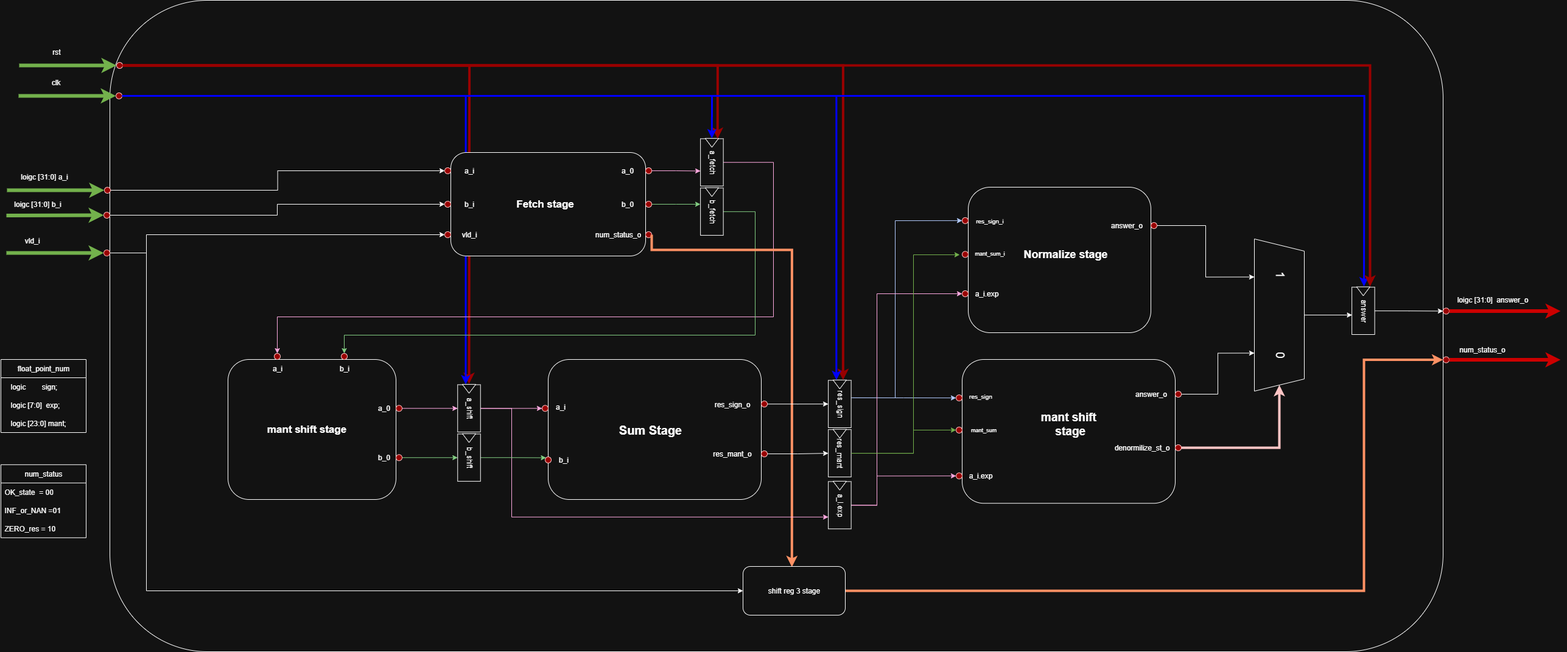
Above: 09_basic_arithmetic/pic/fp_sum/pipiline_fpu_summator.drawio.png in Gandoler/rtl (draw.io), before the change. Source tidied: cells renumbered, new cells last; positions are measured from the earlier drawing's top-left corner, leaving out a move shared by most shapes.
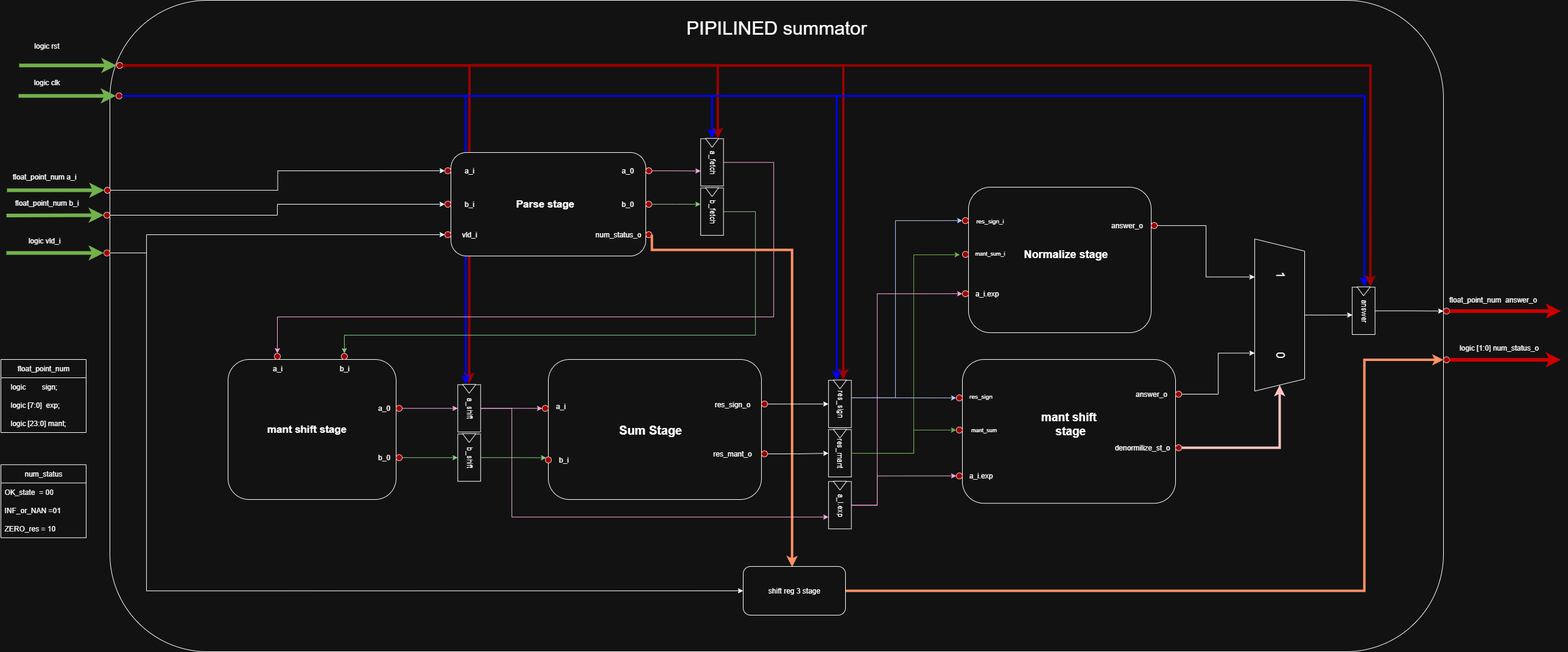
Later version of the same file.

Diff of the diagram source:
```diff
@@ -49,24 +49,24 @@
         <mxPoint x="10" y="312" as="sourcePoint" />
       </mxGeometry>
     </mxCell>
-    <mxCell id="13" value="loigc [31:0]&amp;nbsp;a_i" style="text;html=1;align=center;verticalAlign=middle;strokeColor=none;fillColor=none;" parent="1" vertex="1">
-      <mxGeometry x="21" y="275" width="100" height="30" as="geometry" />
+    <mxCell id="13" value="&lt;span style=&quot;text-wrap-mode: wrap;&quot;&gt;float_point_num&lt;/span&gt;&amp;nbsp;a_i" style="text;html=1;align=center;verticalAlign=middle;strokeColor=none;fillColor=none;" parent="1" vertex="1">
+      <mxGeometry x="6" y="275" width="130" height="30" as="geometry" />
     </mxCell>
     <mxCell id="14" style="endArrow=classic;html=1;rounded=0;entryX=0;entryY=0.5;entryDx=0;entryDy=0;fillColor=#60a917;strokeColor=#2D7600;strokeWidth=6;" parent="1" edge="1" target="9">
       <mxGeometry relative="1" as="geometry">
         <mxPoint x="9" y="415" as="sourcePoint" />
       </mxGeometry>
     </mxCell>
-    <mxCell id="15" value="vld_i" style="text;html=1;align=center;verticalAlign=middle;strokeColor=none;fillColor=none;" parent="1" vertex="1">
-      <mxGeometry x="26" y="380" width="50" height="30" as="geometry" />
+    <mxCell id="15" value="logic&amp;nbsp;vld_i" style="text;html=1;align=center;verticalAlign=middle;strokeColor=none;fillColor=none;" parent="1" vertex="1">
+      <mxGeometry x="31" y="380" width="80" height="30" as="geometry" />
     </mxCell>
     <mxCell id="16" style="endArrow=classic;html=1;rounded=0;entryX=0;entryY=0.5;entryDx=0;entryDy=0;fillColor=#60a917;strokeColor=#2D7600;strokeWidth=6;" parent="1" edge="1" target="11">
       <mxGeometry relative="1" as="geometry">
         <mxPoint x="9" y="353.5" as="sourcePoint" />
       </mxGeometry>
     </mxCell>
-    <mxCell id="17" value="loigc [31:0] b_i" style="text;html=1;align=center;verticalAlign=middle;strokeColor=none;fillColor=none;" parent="1" vertex="1">
-      <mxGeometry x="10" y="320" width="100" height="30" as="geometry" />
+    <mxCell id="17" value="&lt;span style=&quot;text-wrap-mode: wrap;&quot;&gt;float_point_num&lt;/span&gt;&amp;nbsp;b_i" style="text;html=1;align=center;verticalAlign=middle;strokeColor=none;fillColor=none;" parent="1" vertex="1">
+      <mxGeometry x="10" y="318" width="130" height="30" as="geometry" />
     </mxCell>
     <mxCell id="18" style="rounded=1;whiteSpace=wrap;html=1;" parent="1" vertex="1">
       <mxGeometry x="739" y="250" width="320" height="170" as="geometry" />
@@ -94,7 +94,7 @@
     <mxCell id="25" style="ellipse;whiteSpace=wrap;html=1;fillColor=light-dark(#A20025,#990000);strokeColor=#6F0000;fontColor=#ffffff;" parent="1" vertex="1">
       <mxGeometry x="1059" y="380" width="10" height="10" as="geometry" />
     </mxCell>
-    <mxCell id="26" value="&lt;b&gt;&lt;font style=&quot;font-size: 17px;&quot;&gt;Fetch stage&lt;/font&gt;&lt;/b&gt;" style="text;html=1;align=center;verticalAlign=middle;whiteSpace=wrap;rounded=0;" parent="1" vertex="1">
+    <mxCell id="26" value="&lt;b&gt;&lt;font style=&quot;font-size: 17px;&quot;&gt;Parse stage&lt;/font&gt;&lt;/b&gt;" style="text;html=1;align=center;verticalAlign=middle;whiteSpace=wrap;rounded=0;" parent="1" vertex="1">
       <mxGeometry x="824" y="320" width="140" height="30" as="geometry" />
     </mxCell>
     <mxCell id="27" value="a_i" style="text;html=1;align=center;verticalAlign=middle;strokeColor=none;fillColor=none;" parent="1" vertex="1">
@@ -179,8 +179,8 @@
         <mxPoint x="30" y="107" as="sourcePoint" />
       </mxGeometry>
     </mxCell>
-    <mxCell id="48" value="rst" style="text;html=1;align=center;verticalAlign=middle;strokeColor=none;fillColor=none;" parent="1" vertex="1">
-      <mxGeometry x="71" y="70" width="40" height="30" as="geometry" />
+    <mxCell id="48" value="logic rst" style="text;html=1;align=center;verticalAlign=middle;strokeColor=none;fillColor=none;" parent="1" vertex="1">
+      <mxGeometry x="45" y="60" width="60" height="30" as="geometry" />
     </mxCell>
     <mxCell id="49" style="edgeStyle=orthogonalEdgeStyle;rounded=0;jettySize=auto;html=1;entryX=0;entryY=0.5;entryDx=0;entryDy=0;strokeColor=light-dark(#000000,#0000FF);strokeWidth=3;" parent="1" edge="1" source="50" target="39">
       <mxGeometry relative="1" as="geometry" />
@@ -193,8 +193,8 @@
         <mxPoint x="29" y="157" as="sourcePoint" />
       </mxGeometry>
     </mxCell>
-    <mxCell id="52" value="clk" style="text;html=1;align=center;verticalAlign=middle;strokeColor=none;fillColor=none;" parent="1" vertex="1">
-      <mxGeometry x="70" y="120" width="40" height="30" as="geometry" />
+    <mxCell id="52" value="logic&amp;nbsp;clk" style="text;html=1;align=center;verticalAlign=middle;strokeColor=none;fillColor=none;" parent="1" vertex="1">
+      <mxGeometry x="40" y="120" width="70" height="30" as="geometry" />
     </mxCell>
     <mxCell id="53" style="rounded=1;whiteSpace=wrap;html=1;" parent="1" vertex="1">
       <mxGeometry x="373" y="590" width="276" height="230" as="geometry" />
@@ -500,11 +500,11 @@
         <mxPoint x="2562" y="590.5" as="targetPoint" />
       </mxGeometry>
     </mxCell>
-    <mxCell id="136" value="&lt;span style=&quot;text-wrap-mode: wrap;&quot;&gt;num_status_o&lt;/span&gt;" style="text;html=1;align=center;verticalAlign=middle;strokeColor=none;fillColor=none;" parent="1" vertex="1">
-      <mxGeometry x="2383" y="558.5" width="100" height="30" as="geometry" />
+    <mxCell id="136" value="logic [1:0]&amp;nbsp;&lt;span style=&quot;text-wrap-mode: wrap;&quot;&gt;num_status_o&lt;/span&gt;" style="text;html=1;align=center;verticalAlign=middle;strokeColor=none;fillColor=none;" parent="1" vertex="1">
+      <mxGeometry x="2385" y="555.5" width="150" height="30" as="geometry" />
     </mxCell>
-    <mxCell id="137" value="loigc [31:0]&amp;nbsp; answer_o" style="text;html=1;align=center;verticalAlign=middle;strokeColor=none;fillColor=none;" parent="1" vertex="1">
-      <mxGeometry x="2380" y="477" width="140" height="30" as="geometry" />
+    <mxCell id="137" value="&lt;span style=&quot;text-wrap-mode: wrap;&quot;&gt;float_point_num&lt;/span&gt;&amp;nbsp; answer_o" style="text;html=1;align=center;verticalAlign=middle;strokeColor=none;fillColor=none;" parent="1" vertex="1">
+      <mxGeometry x="2365" y="477" width="170" height="30" as="geometry" />
     </mxCell>
     <mxCell id="138" value="num_status" style="swimlane;fontStyle=0;horizontal=1;startSize=30;whiteSpace=wrap;html=1;" parent="1" vertex="1">
       <mxGeometry y="762.8" width="140" height="120" as="geometry" />
@@ -518,5 +518,8 @@
     <mxCell id="141" value="ZERO_res = 10" style="text;strokeColor=none;fillColor=none;align=left;verticalAlign=middle;spacingLeft=4;spacingRight=4;overflow=hidden;whiteSpace=wrap;html=1;" parent="138" vertex="1">
       <mxGeometry y="90" width="140" height="30" as="geometry" />
     </mxCell>
+    <mxCell id="142" value="&lt;font style=&quot;font-size: 31px;&quot;&gt;PIPILINED summator&lt;/font&gt;" style="text;html=1;align=center;verticalAlign=middle;whiteSpace=wrap;rounded=0;" parent="1" vertex="1">
+      <mxGeometry x="1019" y="30" width="510" height="30" as="geometry" />
+    </mxCell>
   </root>
 </mxGraphModel>
```
